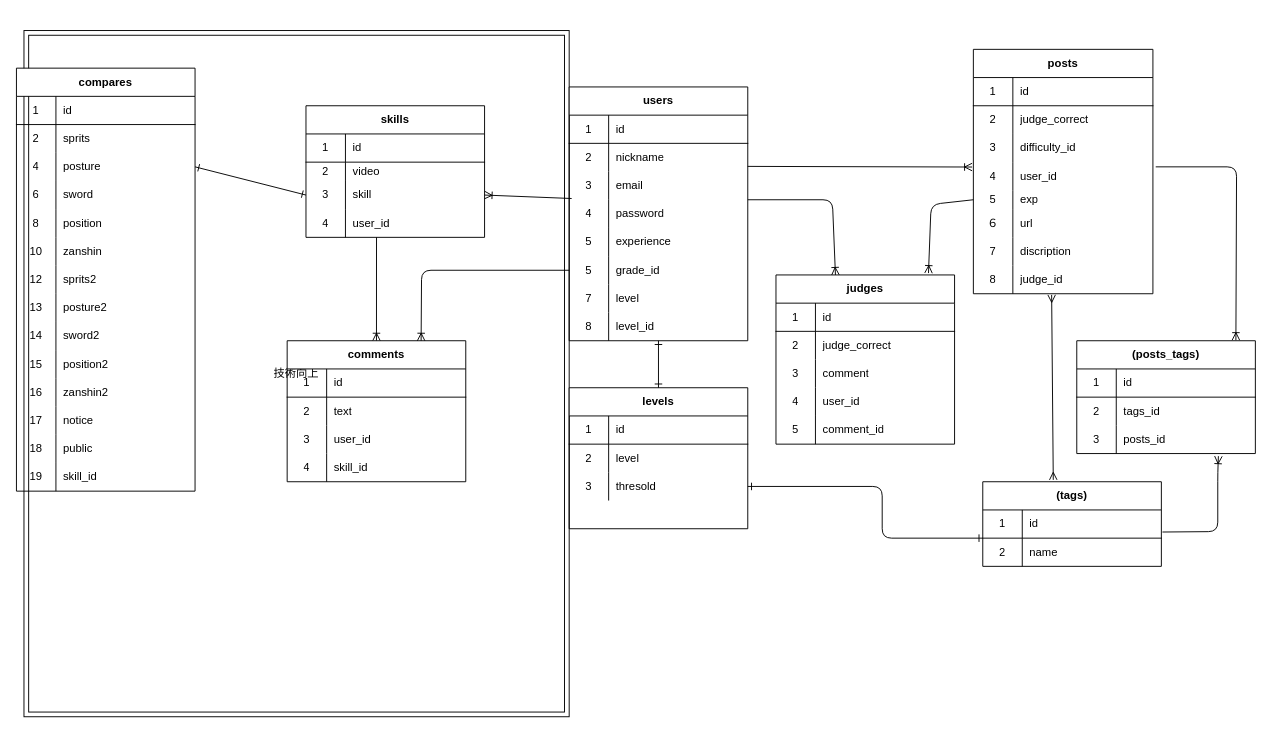
Earlier version of the draw.io diagram db.dio (magatamaamagata/kendo_ippon). Source tidied: cells renumbered, new cells numbered last; positions are measured from the earlier drawing's top-left corner, leaving out a move shared by most shapes. Both pictures are drawn from the tidied source at 94%, with x=0, y=0 at pixel (16, 30).
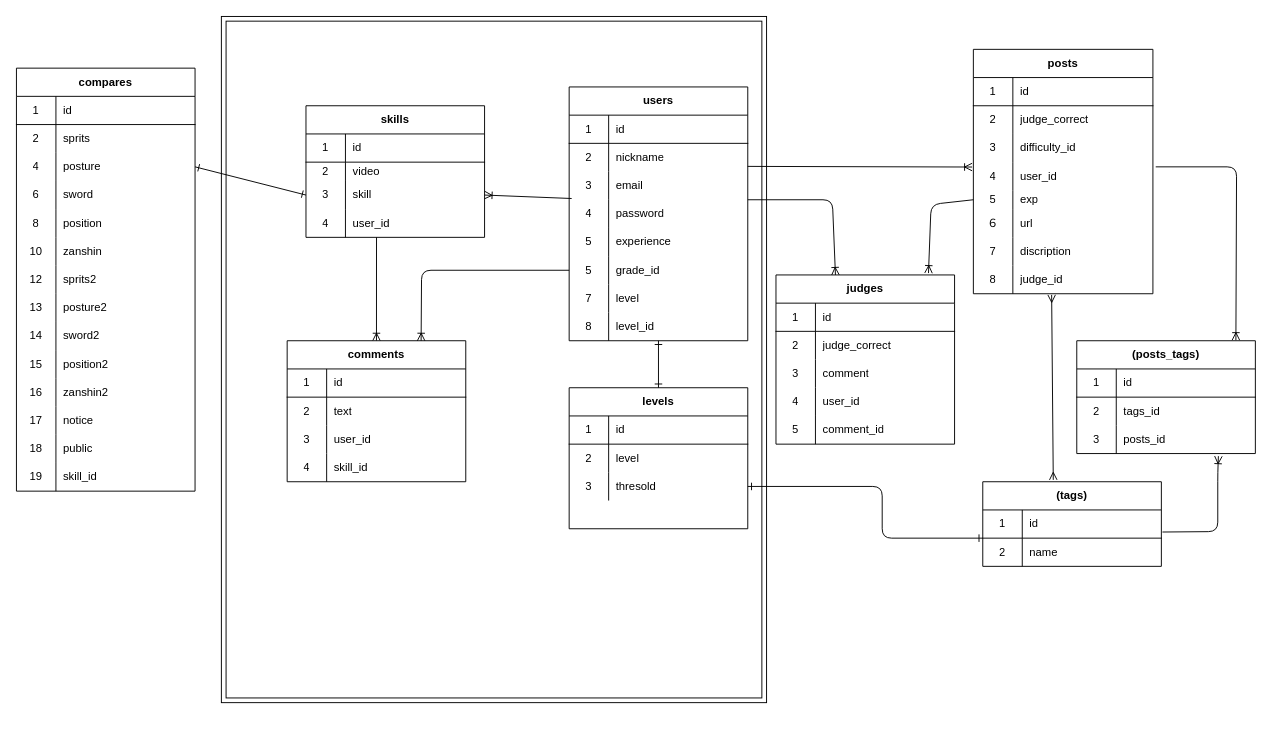
Above is the later version.

Change to the diagram source:
```diff
@@
-    <mxCell id="2" value="技術向上" style="shape=ext;margin=3;double=1;whiteSpace=wrap;html=1;align=center;" parent="1" vertex="1">
-      <mxGeometry x="8" width="580" height="730" as="geometry" />
+    <mxCell id="2" style="shape=ext;margin=3;double=1;whiteSpace=wrap;html=1;align=center;" parent="1" vertex="1">
+      <mxGeometry x="218" y="-15" width="580" height="730" as="geometry" />
     </mxCell>
```
